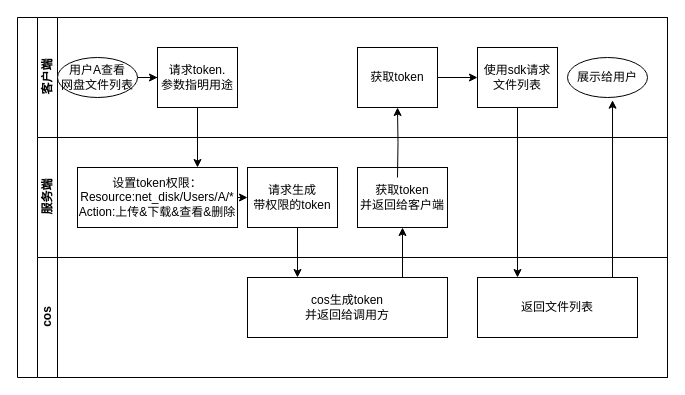
Earlier version of the draw.io diagram 服务端签发token-泳道图.drawio (logxxx/Something). Source tidied: cells renumbered, new cells numbered last; positions are measured from the earlier drawing's top-left corner, leaving out a move shared by most shapes. Both pictures are drawn from the tidied source at 100%, with x=0, y=0 at pixel (17, 17).
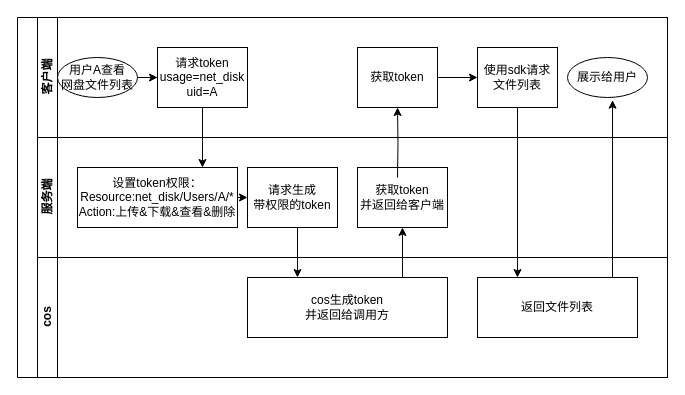
Above is the later version.

Commit message (it also covers changes not shown here):
更新服务端签发token-泳道图.drawio

The change refers to these unchanged cells:
```xml
<mxCell id="2" style="swimlane;html=1;horizontal=0;startSize=20;" parent="1" vertex="1">
  <mxGeometry width="650" height="360" as="geometry" />
</mxCell>
<mxCell id="3" value="客户端" style="swimlane;html=1;startSize=20;horizontal=0;" parent="2" vertex="1">
  <mxGeometry x="20" width="630" height="120" as="geometry" />
</mxCell>
<mxCell id="12" value="设置token权限：&lt;br&gt;Resource:net_disk/Users/A/*&lt;br&gt;Action:上传&amp;amp;下载&amp;amp;查看&amp;amp;删除" style="rounded=0;whiteSpace=wrap;html=1;fontFamily=Helvetica;fontSize=12;fontColor=#000000;align=center;" parent="11" vertex="1">
  <mxGeometry x="40" y="30" width="160" height="60" as="geometry" />
</mxCell>
```

The edit, as a diff of the source:
```diff
@@
-    <mxCell id="6" value="请求token.&lt;br&gt;参数指明用途" style="rounded=0;whiteSpace=wrap;html=1;fontFamily=Helvetica;fontSize=12;fontColor=#000000;align=center;" parent="3" vertex="1">
-      <mxGeometry x="120" y="30" width="80" height="60" as="geometry" />
+    <mxCell id="6" value="请求token&lt;br&gt;usage=net_disk&lt;br&gt;uid=A" style="rounded=0;whiteSpace=wrap;html=1;fontFamily=Helvetica;fontSize=12;fontColor=#000000;align=center;" parent="3" vertex="1">
+      <mxGeometry x="120" y="30" width="90" height="60" as="geometry" />
     </mxCell>
@@
-    <mxCell id="23" style="endArrow=classic;html=1;exitX=0.5;exitY=1;exitDx=0;exitDy=0;entryX=0.75;entryY=0;entryDx=0;entryDy=0;" parent="2" edge="1" source="6" target="12">
+    <mxCell id="23" style="endArrow=classic;html=1;exitX=0.5;exitY=1;exitDx=0;exitDy=0;entryX=0.781;entryY=0;entryDx=0;entryDy=0;entryPerimeter=0;" parent="2" edge="1" source="6" target="12">
       <mxGeometry relative="1" as="geometry" />
     </mxCell>
```
